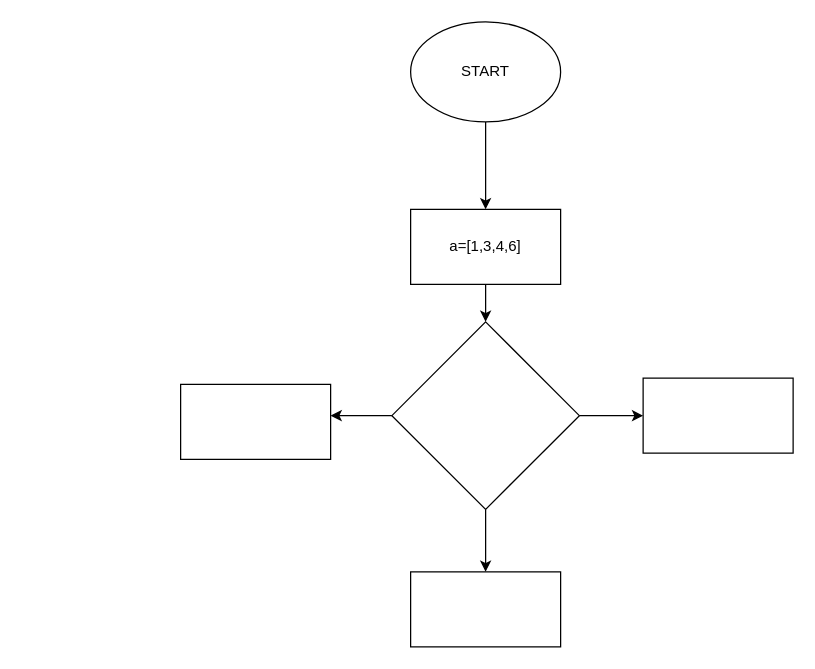
The draw.io diagram min-max-element.drawio in cozpek/Algorytmy, before the edit. Source tidied: cells renumbered, new cells numbered last; positions are measured from the earlier drawing's top-left corner, leaving out a move shared by most shapes. Both pictures are drawn from the tidied source at 125%, with x=0, y=0 at pixel (180, 21).
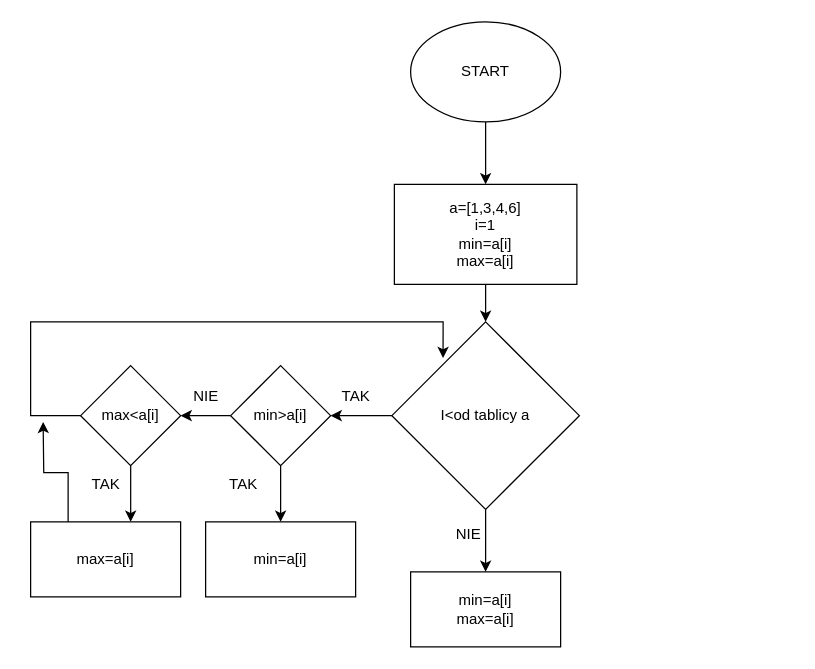
The same diagram, later.

Diff of the diagram source:
```diff
@@
-    <mxCell id="5" value="a=[1,3,4,6]" style="rounded=0;whiteSpace=wrap;html=1;" parent="1" vertex="1">
-      <mxGeometry x="184" y="150" width="120" height="60" as="geometry" />
+    <mxCell id="5" value="&lt;div&gt;a=[1,3,4,6]&lt;/div&gt;&lt;div&gt;i=1&lt;/div&gt;&lt;div&gt;min=a[i]&lt;/div&gt;&lt;div&gt;max=a[i]&lt;br&gt;&lt;/div&gt;" style="rounded=0;whiteSpace=wrap;html=1;" parent="1" vertex="1">
+      <mxGeometry x="171" y="130" width="146" height="80" as="geometry" />
     </mxCell>
@@
-    <mxCell id="8" style="edgeStyle=orthogonalEdgeStyle;rounded=0;jettySize=auto;html=1;entryX=0;entryY=0.5;entryDx=0;entryDy=0;" parent="1" edge="1" source="9" target="12">
-      <mxGeometry relative="1" as="geometry" />
-    </mxCell>
-    <mxCell id="9" style="rhombus;whiteSpace=wrap;html=1;" parent="1" vertex="1">
+    <mxCell id="9" value="I&amp;lt;od tablicy a" style="rhombus;whiteSpace=wrap;html=1;" parent="1" vertex="1">
       <mxGeometry x="169" y="240" width="150" height="150" as="geometry" />
     </mxCell>
-    <mxCell id="10" style="rounded=0;whiteSpace=wrap;html=1;" parent="1" vertex="1">
-      <mxGeometry y="290" width="120" height="60" as="geometry" />
-    </mxCell>
-    <mxCell id="11" style="rounded=0;whiteSpace=wrap;html=1;" parent="1" vertex="1">
+    <mxCell id="11" value="&lt;div&gt;min=a[i]&lt;/div&gt;&lt;div&gt;max=a[i]&lt;br&gt;&lt;/div&gt;" style="rounded=0;whiteSpace=wrap;html=1;" parent="1" vertex="1">
       <mxGeometry x="184" y="440" width="120" height="60" as="geometry" />
     </mxCell>
-    <mxCell id="12" style="rounded=0;whiteSpace=wrap;html=1;" parent="1" vertex="1">
-      <mxGeometry x="370" y="285" width="120" height="60" as="geometry" />
-    </mxCell>
+    <mxCell id="13" value="TAK" style="text;html=1;align=center;verticalAlign=middle;strokeColor=none;fillColor=none;" parent="1" vertex="1">
+      <mxGeometry x="120" y="285" width="40" height="30" as="geometry" />
+    </mxCell>
+    <mxCell id="14" style="edgeStyle=orthogonalEdgeStyle;rounded=0;jettySize=auto;html=1;exitX=0;exitY=0.5;exitDx=0;exitDy=0;" parent="1" edge="1" source="16">
+      <mxGeometry relative="1" as="geometry">
+        <mxPoint y="315" as="targetPoint" />
+      </mxGeometry>
+    </mxCell>
+    <mxCell id="15" style="edgeStyle=orthogonalEdgeStyle;rounded=0;jettySize=auto;html=1;entryX=0.5;entryY=0;entryDx=0;entryDy=0;" parent="1" edge="1" source="16" target="18">
+      <mxGeometry relative="1" as="geometry" />
+    </mxCell>
+    <mxCell id="16" value="min&amp;gt;a[i]" style="rhombus;whiteSpace=wrap;html=1;" parent="1" vertex="1">
+      <mxGeometry x="40" y="275" width="80" height="80" as="geometry" />
+    </mxCell>
+    <mxCell id="17" value="&lt;div&gt;NIE&lt;/div&gt;" style="text;html=1;align=center;verticalAlign=middle;strokeColor=none;fillColor=none;" parent="1" vertex="1">
+      <mxGeometry y="285" width="40" height="30" as="geometry" />
+    </mxCell>
+    <mxCell id="18" value="min=a[i]" style="rounded=0;whiteSpace=wrap;html=1;" parent="1" vertex="1">
+      <mxGeometry x="20" y="400" width="120" height="60" as="geometry" />
+    </mxCell>
+    <mxCell id="19" value="TAK" style="text;html=1;align=center;verticalAlign=middle;strokeColor=none;fillColor=none;" parent="1" vertex="1">
+      <mxGeometry x="30" y="355" width="40" height="30" as="geometry" />
+    </mxCell>
+    <mxCell id="20" style="edgeStyle=orthogonalEdgeStyle;rounded=0;jettySize=auto;html=1;entryX=0.667;entryY=0;entryDx=0;entryDy=0;entryPerimeter=0;" parent="1" edge="1" source="22" target="24">
+      <mxGeometry relative="1" as="geometry" />
+    </mxCell>
+    <mxCell id="21" style="edgeStyle=orthogonalEdgeStyle;rounded=0;jettySize=auto;html=1;entryX=0.273;entryY=0.193;entryDx=0;entryDy=0;entryPerimeter=0;" parent="1" edge="1" source="22" target="9">
+      <mxGeometry relative="1" as="geometry">
+        <Array as="points">
+          <mxPoint x="-120" y="315" />
+          <mxPoint x="-120" y="240" />
+          <mxPoint x="210" y="240" />
+        </Array>
+      </mxGeometry>
+    </mxCell>
+    <mxCell id="22" value="max&amp;lt;a[i]" style="rhombus;whiteSpace=wrap;html=1;" parent="1" vertex="1">
+      <mxGeometry x="-80" y="275" width="80" height="80" as="geometry" />
+    </mxCell>
+    <mxCell id="23" style="edgeStyle=orthogonalEdgeStyle;rounded=0;jettySize=auto;html=1;exitX=0.25;exitY=0;exitDx=0;exitDy=0;" parent="1" edge="1" source="24">
+      <mxGeometry relative="1" as="geometry">
+        <mxPoint x="-110" y="320" as="targetPoint" />
+      </mxGeometry>
+    </mxCell>
+    <mxCell id="24" value="max=a[i]" style="rounded=0;whiteSpace=wrap;html=1;" parent="1" vertex="1">
+      <mxGeometry x="-120" y="400" width="120" height="60" as="geometry" />
+    </mxCell>
+    <mxCell id="25" value="&lt;div&gt;TAK&lt;/div&gt;" style="text;html=1;align=center;verticalAlign=middle;strokeColor=none;fillColor=none;" parent="1" vertex="1">
+      <mxGeometry x="-80" y="355" width="40" height="30" as="geometry" />
+    </mxCell>
+    <mxCell id="26" value="NIE" style="text;html=1;align=center;verticalAlign=middle;strokeColor=none;fillColor=none;" parent="1" vertex="1">
+      <mxGeometry x="210" y="395" width="40" height="30" as="geometry" />
+    </mxCell>
```
